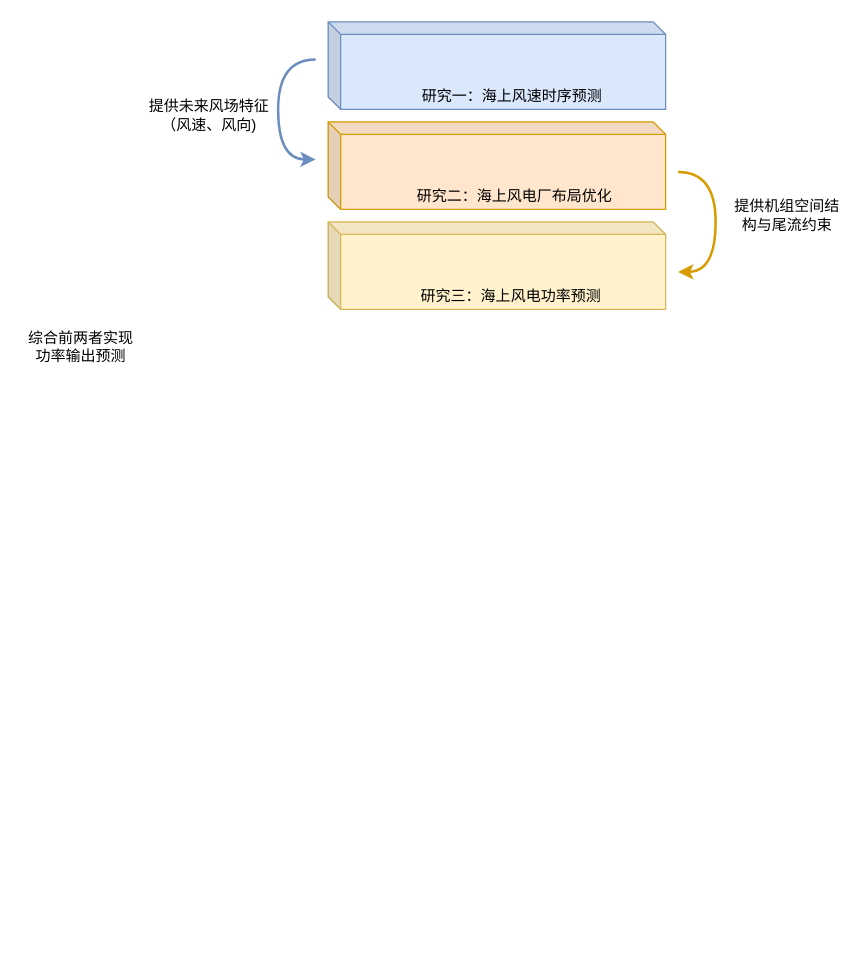
This is page "研究内容" (2 of 2) of 风电厂布局优化.drawio from lyj-12/DrawIO, a draw.io file, before an edit. Source tidied: cells renumbered, new cells numbered last; positions are measured from the earlier drawing's top-left corner, leaving out a move shared by most shapes. Both pictures are drawn from the tidied source at 125%, with x=0, y=0 at pixel (21, 21).
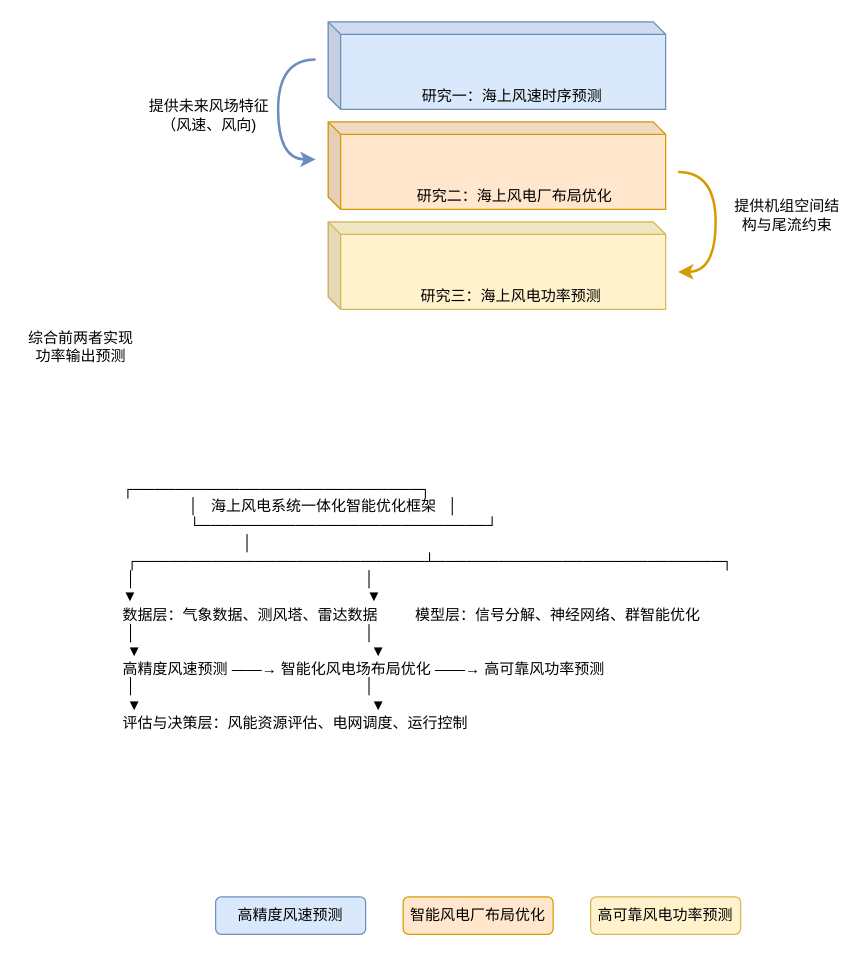
The same diagram, later.

Commit message:
更新风电厂布局优化.drawio

Change to the diagram source:
```diff
@@
+    <mxCell id="13" value="┌───────────────────────────┐&#10;                │   海上风电系统一体化智能优化框架   │&#10;                └───────────────────────────┘&#10;                             │&#10; ┌───────────────────────────┴───────────────────────────┐&#10; │                                                       │&#10;▼                                                       ▼&#10;数据层：气象数据、测风塔、雷达数据         模型层：信号分解、神经网络、群智能优化&#10; │                                                       │&#10; ▼                                                       ▼&#10;高精度风速预测 ——→ 智能化风电场布局优化 ——→ 高可靠风功率预测&#10; │                                                       │&#10; ▼                                                       ▼&#10;评估与决策层：风能资源评估、电网调度、运行控制" style="text;whiteSpace=wrap;" parent="1" vertex="1">
+      <mxGeometry x="79" y="360" width="520" height="220" as="geometry" />
+    </mxCell>
+    <mxCell id="14" value="&lt;span style=&quot;font-family: 宋体;&quot;&gt;高精度风速预测&lt;/span&gt;" style="rounded=1;whiteSpace=wrap;html=1;fillColor=#dae8fc;strokeColor=#6c8ebf;" parent="1" vertex="1">
+      <mxGeometry x="155" y="700" width="120" height="30" as="geometry" />
+    </mxCell>
+    <mxCell id="15" value="&lt;span style=&quot;font-family: 宋体;&quot;&gt;智能风电厂布局优化&lt;/span&gt;" style="rounded=1;whiteSpace=wrap;html=1;fillColor=#ffe6cc;strokeColor=#d79b00;" parent="1" vertex="1">
+      <mxGeometry x="305" y="700" width="120" height="30" as="geometry" />
+    </mxCell>
+    <mxCell id="16" value="&lt;span style=&quot;font-family: 宋体;&quot;&gt;高可靠风电功率预测&lt;/span&gt;" style="rounded=1;whiteSpace=wrap;html=1;fillColor=#fff2cc;strokeColor=#d6b656;" parent="1" vertex="1">
+      <mxGeometry x="455" y="700" width="120" height="30" as="geometry" />
+    </mxCell>
```
